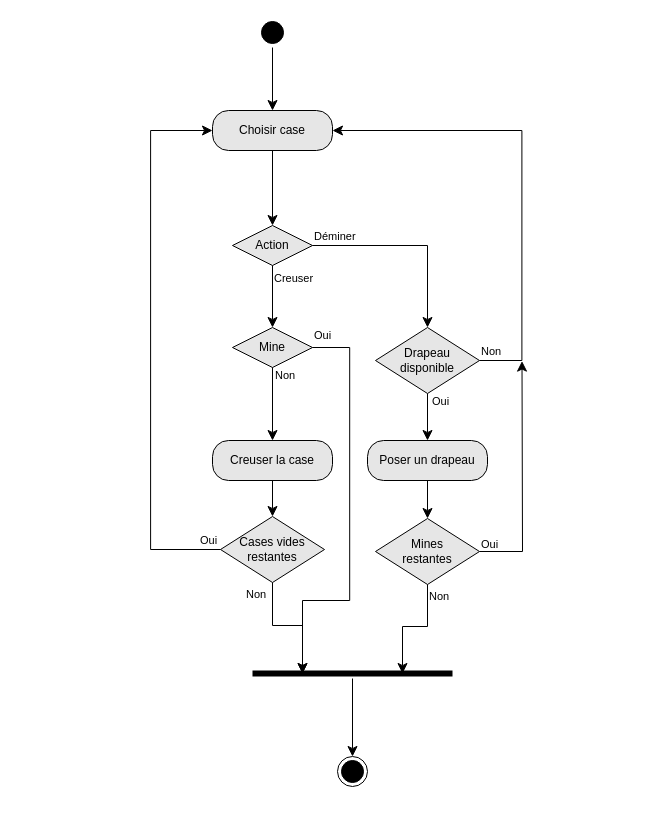
Earlier version of the draw.io diagram page "EtatTransition" (3 of 3) of Analyse/POO.drawio (JuHeyn/POO_PPMD). Source tidied: cells renumbered, new cells numbered last; positions are measured from the earlier drawing's top-left corner, leaving out a move shared by most shapes. Both pictures are drawn from the tidied source at 100%, with x=0, y=0 at pixel (150, 17).
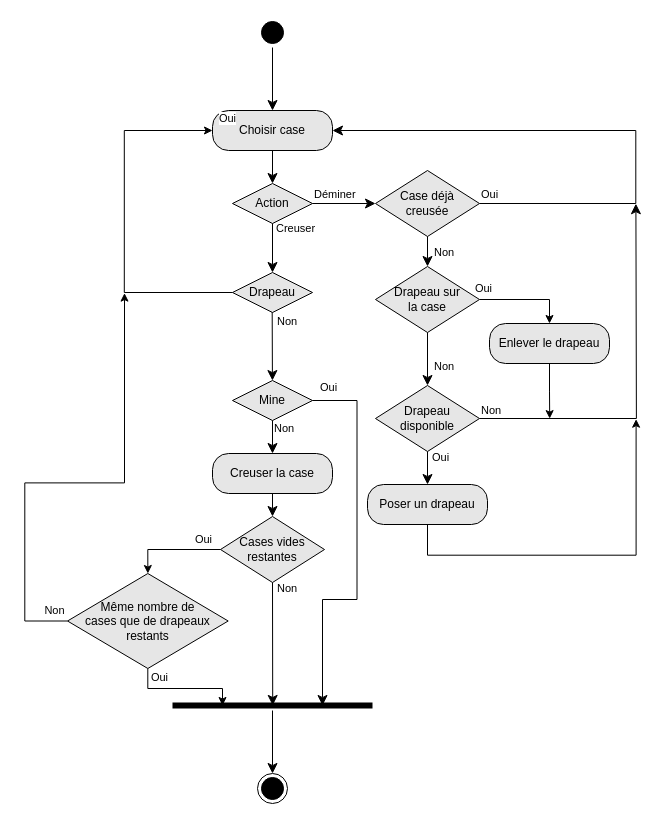
The same page after the edit.

Unchanged cells that the change refers to:
```xml
<mxCell id="4" value="Choisir case" style="rounded=1;whiteSpace=wrap;html=1;arcSize=40;fontColor=#000000;fillColor=light-dark(#E6E6E6,#1A1A00);strokeColor=#000000;" parent="1" vertex="1">
  <mxGeometry x="62" y="93" width="120" height="40" as="geometry" />
</mxCell>
<mxCell id="24" value="Cases vides restantes" style="rhombus;whiteSpace=wrap;html=1;fillColor=light-dark(#E6E6E6,#1A1A00);" parent="1" vertex="1">
  <mxGeometry x="70" y="499" width="104" height="66" as="geometry" />
</mxCell>
```

The edit, as a diff of the source:
```diff
@@
     <mxCell id="6" value="Action" style="rhombus;whiteSpace=wrap;html=1;fillColor=light-dark(#E6E6E6,#1A1A00);" parent="1" vertex="1">
-      <mxGeometry x="82" y="208" width="80" height="40" as="geometry" />
+      <mxGeometry x="82" y="166" width="80" height="40" as="geometry" />
     </mxCell>
-    <mxCell id="7" value="Déminer" style="html=1;align=left;verticalAlign=bottom;endArrow=classic;endSize=8;strokeColor=light-dark(#000000, #ff9090);rounded=0;defaultLabelBackgroundColor=page;endFill=1;edgeStyle=orthogonalEdgeStyle;entryX=0.5;entryY=0;entryDx=0;entryDy=0;" parent="1" edge="1" source="6" target="9">
+    <mxCell id="7" value="Déminer" style="html=1;align=left;verticalAlign=bottom;endArrow=classic;endSize=8;strokeColor=light-dark(#000000, #ff9090);rounded=0;defaultLabelBackgroundColor=page;endFill=1;edgeStyle=orthogonalEdgeStyle;entryX=0;entryY=0.5;entryDx=0;entryDy=0;" parent="1" edge="1" source="6" target="9">
       <mxGeometry x="-1" relative="1" as="geometry" />
     </mxCell>
-    <mxCell id="8" value="Creuser" style="html=1;align=left;verticalAlign=top;endArrow=classic;endSize=8;strokeColor=light-dark(#000000, #ff9090);rounded=0;defaultLabelBackgroundColor=page;endFill=1;entryX=0.5;entryY=0;entryDx=0;entryDy=0;" parent="1" edge="1" source="6" target="10">
-      <mxGeometry x="-1" relative="1" as="geometry" />
+    <mxCell id="8" value="Creuser" style="html=1;align=left;verticalAlign=top;endArrow=classic;endSize=8;strokeColor=light-dark(#000000, #ff9090);rounded=0;defaultLabelBackgroundColor=page;endFill=1;entryX=0.5;entryY=0;entryDx=0;entryDy=0;" parent="1" edge="1" source="6" target="37">
+      <mxGeometry x="-1" y="8" relative="1" as="geometry">
+        <mxPoint x="-6" y="-8" as="offset" />
+      </mxGeometry>
     </mxCell>
-    <mxCell id="9" value="Drapeau disponible" style="rhombus;whiteSpace=wrap;html=1;fillColor=light-dark(#E6E6E6,#1A1A00);" parent="1" vertex="1">
-      <mxGeometry x="225" y="310" width="104" height="66" as="geometry" />
+    <mxCell id="9" value="&lt;div&gt;Case déjà&lt;/div&gt;&lt;div&gt;creusée&lt;/div&gt;" style="rhombus;whiteSpace=wrap;html=1;fillColor=light-dark(#E6E6E6,#1A1A00);" parent="1" vertex="1">
+      <mxGeometry x="225" y="153" width="104" height="66" as="geometry" />
     </mxCell>
     <mxCell id="10" value="Mine" style="rhombus;whiteSpace=wrap;html=1;fillColor=light-dark(#E6E6E6,#1A1A00);" parent="1" vertex="1">
-      <mxGeometry x="82" y="310" width="80" height="40" as="geometry" />
+      <mxGeometry x="82" y="363" width="80" height="40" as="geometry" />
     </mxCell>
-    <mxCell id="11" value="Non" style="html=1;align=left;verticalAlign=bottom;endArrow=classic;endSize=8;strokeColor=light-dark(#000000, #ff9090);rounded=0;defaultLabelBackgroundColor=page;endFill=1;edgeStyle=orthogonalEdgeStyle;entryX=1;entryY=0.5;entryDx=0;entryDy=0;exitX=1;exitY=0.5;exitDx=0;exitDy=0;" parent="1" edge="1" source="9" target="4">
+    <mxCell id="11" value="Oui" style="html=1;align=left;verticalAlign=bottom;endArrow=classic;endSize=8;strokeColor=light-dark(#000000, #ff9090);rounded=0;defaultLabelBackgroundColor=page;endFill=1;edgeStyle=orthogonalEdgeStyle;entryX=1;entryY=0.5;entryDx=0;entryDy=0;exitX=1;exitY=0.5;exitDx=0;exitDy=0;" parent="1" edge="1" source="9" target="4">
       <mxGeometry x="-1" relative="1" as="geometry">
         <Array as="points">
-          <mxPoint x="371.4" y="343" />
-          <mxPoint x="371.4" y="113" />
+          <mxPoint x="485.3" y="186" />
+          <mxPoint x="485.3" y="113" />
         </Array>
       </mxGeometry>
     </mxCell>
-    <mxCell id="12" value="Oui" style="html=1;align=left;verticalAlign=bottom;endArrow=classic;endSize=8;strokeColor=light-dark(#000000, #ff9090);rounded=0;defaultLabelBackgroundColor=page;endFill=1;edgeStyle=orthogonalEdgeStyle;entryX=0.5;entryY=0;entryDx=0;entryDy=0;exitX=0.5;exitY=1;exitDx=0;exitDy=0;" parent="1" edge="1" source="9" target="13">
-      <mxGeometry x="-0.28" y="3" relative="1" as="geometry" />
+    <mxCell id="12" value="Non" style="html=1;align=left;verticalAlign=bottom;endArrow=classic;endSize=8;strokeColor=light-dark(#000000, #ff9090);rounded=0;defaultLabelBackgroundColor=page;endFill=1;edgeStyle=orthogonalEdgeStyle;exitX=0.5;exitY=1;exitDx=0;exitDy=0;" parent="1" edge="1" source="9" target="40">
+      <mxGeometry x="0.64" y="5" relative="1" as="geometry" />
     </mxCell>
+    <mxCell id="28" style="edgeStyle=orthogonalEdgeStyle;rounded=0;jettySize=auto;html=1;defaultLabelBackgroundColor=page;" parent="1" edge="1" source="13">
+      <mxGeometry x="0.01" relative="1" as="geometry">
+        <mxPoint x="485.6" y="401.7" as="targetPoint" />
+        <Array as="points">
+          <mxPoint x="277" y="537.7" />
+          <mxPoint x="485.6" y="537.7" />
+        </Array>
+      </mxGeometry>
+    </mxCell>
     <mxCell id="13" value="Poser un drapeau" style="rounded=1;whiteSpace=wrap;html=1;arcSize=40;fontColor=#000000;fillColor=light-dark(#E6E6E6,#1A1A00);strokeColor=#000000;" parent="1" vertex="1">
-      <mxGeometry x="217" y="423" width="120" height="40" as="geometry" />
+      <mxGeometry x="217" y="467" width="120" height="40" as="geometry" />
     </mxCell>
-    <mxCell id="14" value="&lt;div&gt;&lt;br&gt;&lt;/div&gt;&lt;div&gt;&lt;br&gt;&lt;/div&gt;" style="html=1;align=left;verticalAlign=bottom;endArrow=classic;endSize=8;strokeColor=light-dark(#000000, #ff9090);rounded=0;defaultLabelBackgroundColor=page;endFill=1;edgeStyle=orthogonalEdgeStyle;exitX=0.5;exitY=1;exitDx=0;exitDy=0;entryX=0.5;entryY=0;entryDx=0;entryDy=0;" parent="1" edge="1" source="13" target="15">
-      <mxGeometry x="-0.58" y="2" relative="1" as="geometry" />
-    </mxCell>
-    <mxCell id="15" value="&lt;div&gt;Mines&lt;/div&gt;&lt;div&gt;restantes&lt;/div&gt;" style="rhombus;whiteSpace=wrap;html=1;fillColor=light-dark(#E6E6E6,#1A1A00);" parent="1" vertex="1">
-      <mxGeometry x="225" y="501" width="104" height="66" as="geometry" />
-    </mxCell>
-    <mxCell id="16" value="Oui" style="html=1;align=left;verticalAlign=bottom;endArrow=classic;endSize=8;strokeColor=light-dark(#000000, #ff9090);rounded=0;defaultLabelBackgroundColor=page;endFill=1;edgeStyle=orthogonalEdgeStyle;exitX=1;exitY=0.5;exitDx=0;exitDy=0;" parent="1" edge="1" source="15">
-      <mxGeometry x="-1" y="-2" relative="1" as="geometry">
-        <mxPoint x="371.5" y="343.6" as="targetPoint" />
-      </mxGeometry>
-    </mxCell>
-    <mxCell id="17" value="Non" style="html=1;align=left;verticalAlign=bottom;endArrow=classic;endSize=8;strokeColor=light-dark(#000000, #ff9090);rounded=0;defaultLabelBackgroundColor=page;endFill=1;edgeStyle=orthogonalEdgeStyle;exitX=0.5;exitY=1;exitDx=0;exitDy=0;entryX=0.75;entryY=0.5;entryDx=0;entryDy=0;entryPerimeter=0;" parent="1" edge="1" source="15" target="18">
-      <mxGeometry x="-0.63" relative="1" as="geometry" />
-    </mxCell>
-    <mxCell id="18" style="shape=line;html=1;strokeWidth=6;strokeColor=#000000;" parent="1" vertex="1">
-      <mxGeometry x="102" y="651" width="200" height="10" as="geometry" />
-    </mxCell>
-    <mxCell id="19" style="edgeStyle=orthogonalEdgeStyle;html=1;verticalAlign=bottom;endArrow=classic;endSize=8;strokeColor=#000000;rounded=0;defaultLabelBackgroundColor=page;endFill=1;entryX=0.5;entryY=0;entryDx=0;entryDy=0;" parent="1" edge="1" source="18" target="21">
-      <mxGeometry relative="1" as="geometry" />
-    </mxCell>
-    <mxCell id="20" value="Oui" style="html=1;align=left;verticalAlign=bottom;endArrow=classic;endSize=8;strokeColor=light-dark(#000000, #ff9090);rounded=0;defaultLabelBackgroundColor=page;endFill=1;edgeStyle=orthogonalEdgeStyle;exitX=1;exitY=0.5;exitDx=0;exitDy=0;entryX=0.25;entryY=0.5;entryDx=0;entryDy=0;entryPerimeter=0;" parent="1" edge="1" source="10" target="18">
-      <mxGeometry x="-1" y="3" relative="1" as="geometry">
+    <mxCell id="20" value="Oui" style="html=1;align=left;verticalAlign=bottom;endArrow=classic;endSize=8;strokeColor=light-dark(#000000, #ff9090);rounded=0;defaultLabelBackgroundColor=page;endFill=1;exitX=1;exitY=0.5;exitDx=0;exitDy=0;entryX=0.75;entryY=0.5;entryDx=0;entryDy=0;entryPerimeter=0;edgeStyle=orthogonalEdgeStyle;" parent="1" edge="1" source="10" target="49">
+      <mxGeometry x="-0.97" y="4" relative="1" as="geometry">
         <Array as="points">
-          <mxPoint x="199.2" y="330" />
-          <mxPoint x="199.2" y="583" />
-          <mxPoint x="152" y="583" />
+          <mxPoint x="206.5" y="383" />
+          <mxPoint x="206.5" y="582" />
+          <mxPoint x="172" y="582" />
         </Array>
       </mxGeometry>
     </mxCell>
-    <mxCell id="21" style="ellipse;html=1;shape=endState;fillColor=#000000;strokeColor=#000000;" parent="1" vertex="1">
-      <mxGeometry x="187" y="739" width="30" height="30" as="geometry" />
-    </mxCell>
     <mxCell id="22" value="Creuser la case" style="rounded=1;whiteSpace=wrap;html=1;arcSize=40;fontColor=#000000;fillColor=light-dark(#E6E6E6,#1A1A00);strokeColor=#000000;" parent="1" vertex="1">
-      <mxGeometry x="62" y="423" width="120" height="40" as="geometry" />
+      <mxGeometry x="62" y="436" width="120" height="40" as="geometry" />
     </mxCell>
     <mxCell id="23" value="Non" style="html=1;align=left;verticalAlign=bottom;endArrow=classic;endSize=8;strokeColor=light-dark(#000000, #ff9090);rounded=0;defaultLabelBackgroundColor=page;endFill=1;edgeStyle=orthogonalEdgeStyle;entryX=0.5;entryY=0;entryDx=0;entryDy=0;exitX=0.5;exitY=1;exitDx=0;exitDy=0;" parent="1" edge="1" source="10" target="22">
-      <mxGeometry x="-0.54" y="1" relative="1" as="geometry" />
+      <mxGeometry x="0.04" relative="1" as="geometry" />
     </mxCell>
+    <mxCell id="29" style="edgeStyle=orthogonalEdgeStyle;rounded=0;jettySize=auto;html=1;defaultLabelBackgroundColor=page;exitX=0;exitY=0.5;exitDx=0;exitDy=0;" parent="1" edge="1" source="48">
+      <mxGeometry x="0.51" relative="1" as="geometry">
+        <mxPoint x="-26" y="275.6" as="targetPoint" />
+        <Array as="points">
+          <mxPoint x="-125.7" y="603.5" />
+          <mxPoint x="-125.7" y="465.4" />
+          <mxPoint x="-26" y="465.4" />
+        </Array>
+      </mxGeometry>
+    </mxCell>
+    <mxCell id="30" value="Non" style="edgeLabel;html=1;align=center;verticalAlign=middle;inheritText=1;defaultLabelBackgroundColor=page;" parent="29" vertex="1">
+      <mxGeometry x="-0.91" y="-2" relative="1" as="geometry">
+        <mxPoint x="7" y="-9" as="offset" />
+      </mxGeometry>
+    </mxCell>
@@
-    <mxCell id="26" value="Non" style="html=1;align=left;verticalAlign=bottom;endArrow=classic;endSize=8;strokeColor=light-dark(#000000, #ff9090);rounded=0;defaultLabelBackgroundColor=page;endFill=1;edgeStyle=orthogonalEdgeStyle;exitX=0.5;exitY=1;exitDx=0;exitDy=0;entryX=0.25;entryY=0.5;entryDx=0;entryDy=0;entryPerimeter=0;" parent="1" edge="1" source="24" target="18">
-      <mxGeometry x="-0.65" y="-28" relative="1" as="geometry" />
+    <mxCell id="26" value="Non" style="html=1;align=left;verticalAlign=bottom;endArrow=classic;endSize=8;strokeColor=light-dark(#000000, #ff9090);rounded=0;defaultLabelBackgroundColor=page;endFill=1;exitX=0.5;exitY=1;exitDx=0;exitDy=0;entryX=0.501;entryY=0.495;entryDx=0;entryDy=0;entryPerimeter=0;" parent="1" edge="1" source="24" target="49">
+      <mxGeometry x="-0.76" y="3" relative="1" as="geometry" />
     </mxCell>
-    <mxCell id="27" value="Oui" style="html=1;align=left;verticalAlign=bottom;endArrow=classic;endSize=8;strokeColor=light-dark(#000000, #ff9090);rounded=0;defaultLabelBackgroundColor=page;endFill=1;edgeStyle=orthogonalEdgeStyle;exitX=0;exitY=0.5;exitDx=0;exitDy=0;entryX=0;entryY=0.5;entryDx=0;entryDy=0;" parent="1" edge="1" source="24" target="4">
-      <mxGeometry x="-0.92" relative="1" as="geometry">
-        <Array as="points">
-          <mxPoint x="0.1" y="532" />
-          <mxPoint x="0.1" y="113" />
-        </Array>
-      </mxGeometry>
-    </mxCell>
+    <mxCell id="31" value="Drapeau disponible" style="rhombus;whiteSpace=wrap;html=1;fillColor=light-dark(#E6E6E6,#1A1A00);" parent="1" vertex="1">
+      <mxGeometry x="225" y="368" width="104" height="66" as="geometry" />
+    </mxCell>
+    <mxCell id="32" value="Oui" style="html=1;align=left;verticalAlign=bottom;endArrow=classic;endSize=8;strokeColor=light-dark(#000000, #ff9090);rounded=0;defaultLabelBackgroundColor=page;endFill=1;edgeStyle=orthogonalEdgeStyle;exitX=0.5;exitY=1;exitDx=0;exitDy=0;" parent="1" edge="1" source="31" target="13">
+      <mxGeometry x="-0.06" y="3" relative="1" as="geometry">
+        <mxPoint y="-1" as="offset" />
+      </mxGeometry>
+    </mxCell>
+    <mxCell id="33" value="Non" style="html=1;align=left;verticalAlign=bottom;endArrow=classic;endSize=8;strokeColor=light-dark(#000000, #ff9090);rounded=0;defaultLabelBackgroundColor=page;endFill=1;edgeStyle=orthogonalEdgeStyle;exitX=1;exitY=0.5;exitDx=0;exitDy=0;" parent="1" edge="1" source="31">
+      <mxGeometry x="-1" y="-1" relative="1" as="geometry">
+        <mxPoint x="485.4" y="186.2" as="targetPoint" />
+      </mxGeometry>
+    </mxCell>
+    <mxCell id="34" value="Non" style="html=1;align=left;verticalAlign=top;endArrow=classic;endSize=8;strokeColor=light-dark(#000000, #ff9090);rounded=0;defaultLabelBackgroundColor=page;endFill=1;exitX=0.496;exitY=0.91;exitDx=0;exitDy=0;exitPerimeter=0;" parent="1" edge="1" source="37" target="10">
+      <mxGeometry x="-1" y="3" relative="1" as="geometry" />
+    </mxCell>
+    <mxCell id="35" style="edgeStyle=orthogonalEdgeStyle;rounded=0;jettySize=auto;html=1;defaultLabelBackgroundColor=page;entryX=0;entryY=0.5;entryDx=0;entryDy=0;" parent="1" edge="1" source="37" target="4">
+      <mxGeometry relative="1" as="geometry">
+        <Array as="points">
+          <mxPoint x="-26.2" y="275" />
+          <mxPoint x="-26.2" y="113" />
+        </Array>
+      </mxGeometry>
+    </mxCell>
+    <mxCell id="36" value="Oui" style="edgeLabel;html=1;align=center;verticalAlign=middle;inheritText=1;defaultLabelBackgroundColor=page;" parent="35" vertex="1">
+      <mxGeometry x="0.86" y="1" relative="1" as="geometry">
+        <mxPoint x="40" y="-12" as="offset" />
+      </mxGeometry>
+    </mxCell>
+    <mxCell id="37" value="Drapeau" style="rhombus;whiteSpace=wrap;html=1;fillColor=light-dark(#E6E6E6,#1A1A00);" parent="1" vertex="1">
+      <mxGeometry x="82" y="255" width="80" height="40" as="geometry" />
+    </mxCell>
+    <mxCell id="38" style="edgeStyle=orthogonalEdgeStyle;rounded=0;jettySize=auto;html=1;exitX=1;exitY=0.5;exitDx=0;exitDy=0;defaultLabelBackgroundColor=page;entryX=0.5;entryY=0;entryDx=0;entryDy=0;" parent="1" edge="1" source="40" target="43">
+      <mxGeometry relative="1" as="geometry" />
+    </mxCell>
+    <mxCell id="39" value="Oui" style="edgeLabel;html=1;align=center;verticalAlign=middle;inheritText=1;defaultLabelBackgroundColor=page;" parent="38" vertex="1">
+      <mxGeometry x="-0.15" y="-1" relative="1" as="geometry">
+        <mxPoint x="-37" y="-13" as="offset" />
+      </mxGeometry>
+    </mxCell>
+    <mxCell id="40" value="&lt;div&gt;Drapeau sur&lt;/div&gt;&lt;div&gt;la case&lt;/div&gt;" style="rhombus;whiteSpace=wrap;html=1;fillColor=light-dark(#E6E6E6,#1A1A00);" parent="1" vertex="1">
+      <mxGeometry x="225" y="249" width="104" height="66" as="geometry" />
+    </mxCell>
+    <mxCell id="41" value="Non" style="html=1;align=left;verticalAlign=bottom;endArrow=classic;endSize=8;strokeColor=light-dark(#000000, #ff9090);rounded=0;defaultLabelBackgroundColor=page;endFill=1;edgeStyle=orthogonalEdgeStyle;exitX=0.5;exitY=1;exitDx=0;exitDy=0;entryX=0.5;entryY=0;entryDx=0;entryDy=0;" parent="1" edge="1" source="40" target="31">
+      <mxGeometry x="0.64" y="5" relative="1" as="geometry" />
+    </mxCell>
+    <mxCell id="42" style="edgeStyle=orthogonalEdgeStyle;rounded=0;jettySize=auto;html=1;exitX=0.5;exitY=1;exitDx=0;exitDy=0;defaultLabelBackgroundColor=page;" parent="1" edge="1" source="43">
+      <mxGeometry x="0.01" relative="1" as="geometry">
+        <mxPoint x="399.2" y="401.1" as="targetPoint" />
+      </mxGeometry>
+    </mxCell>
+    <mxCell id="43" value="Enlever le drapeau" style="rounded=1;whiteSpace=wrap;html=1;arcSize=40;fontColor=#000000;fillColor=light-dark(#E6E6E6,#1A1A00);strokeColor=#000000;" parent="1" vertex="1">
+      <mxGeometry x="339" y="306" width="120" height="40" as="geometry" />
+    </mxCell>
+    <mxCell id="44" style="edgeStyle=orthogonalEdgeStyle;rounded=0;jettySize=auto;html=1;exitX=0;exitY=0.5;exitDx=0;exitDy=0;defaultLabelBackgroundColor=page;entryX=0.5;entryY=0;entryDx=0;entryDy=0;" parent="1" edge="1" source="24" target="48">
+      <mxGeometry relative="1" as="geometry" />
+    </mxCell>
+    <mxCell id="45" value="&lt;div&gt;Oui&lt;/div&gt;" style="edgeLabel;html=1;align=center;verticalAlign=middle;inheritText=1;defaultLabelBackgroundColor=page;" parent="44" vertex="1">
+      <mxGeometry x="-0.29" y="2" relative="1" as="geometry">
+        <mxPoint x="16" y="-13" as="offset" />
+      </mxGeometry>
+    </mxCell>
+    <mxCell id="46" style="rounded=0;jettySize=auto;html=1;defaultLabelBackgroundColor=page;edgeStyle=orthogonalEdgeStyle;entryX=0.25;entryY=0.5;entryDx=0;entryDy=0;entryPerimeter=0;" parent="1" edge="1" source="48" target="49">
+      <mxGeometry x="-0.78" relative="1" as="geometry" />
+    </mxCell>
+    <mxCell id="47" value="Oui" style="edgeLabel;html=1;align=center;verticalAlign=middle;inheritText=1;defaultLabelBackgroundColor=page;" parent="46" vertex="1">
+      <mxGeometry x="-0.88" y="2" relative="1" as="geometry">
+        <mxPoint x="9" y="2" as="offset" />
+      </mxGeometry>
+    </mxCell>
+    <mxCell id="48" value="&lt;div&gt;Même nombre de&lt;/div&gt;&lt;div&gt;cases que de drapeaux restants&lt;/div&gt;" style="rhombus;whiteSpace=wrap;html=1;fillColor=light-dark(#E6E6E6,#1A1A00);" parent="1" vertex="1">
+      <mxGeometry x="-83" y="556" width="160.7" height="95" as="geometry" />
+    </mxCell>
+    <mxCell id="49" style="shape=line;html=1;strokeWidth=6;strokeColor=#000000;" parent="1" vertex="1">
+      <mxGeometry x="22" y="683" width="200" height="10" as="geometry" />
+    </mxCell>
+    <mxCell id="50" style="edgeStyle=orthogonalEdgeStyle;html=1;verticalAlign=bottom;endArrow=classic;endSize=8;strokeColor=#000000;rounded=0;defaultLabelBackgroundColor=page;entryX=0.5;entryY=0;entryDx=0;entryDy=0;endFill=1;" parent="1" edge="1" source="49" target="51">
+      <mxGeometry relative="1" as="geometry" />
+    </mxCell>
+    <mxCell id="51" style="ellipse;html=1;shape=endState;fillColor=#000000;strokeColor=#000000;" parent="1" vertex="1">
+      <mxGeometry x="107" y="756" width="30" height="30" as="geometry" />
+    </mxCell>
```
